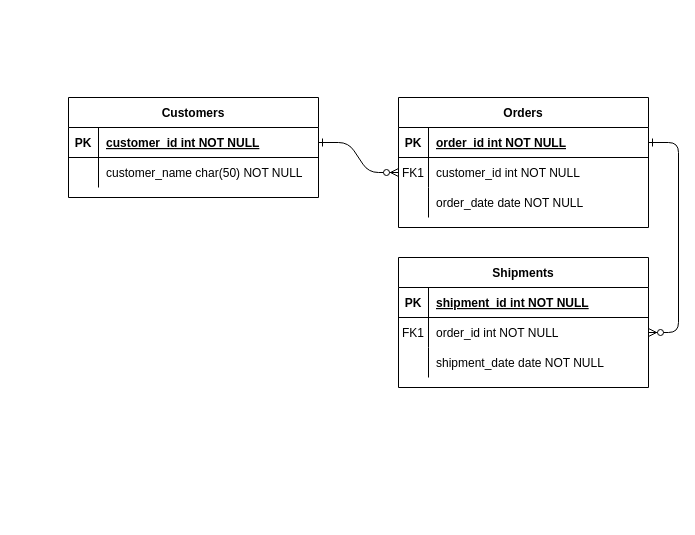
Earlier version of the draw.io diagram Untitled Diagram.drawio (eeknight/flex_assignment). Source tidied: cells renumbered, new cells numbered last; positions are measured from the earlier drawing's top-left corner, leaving out a move shared by most shapes. Both pictures are drawn from the tidied source at 100%, with x=0, y=0 at pixel (68, 97).
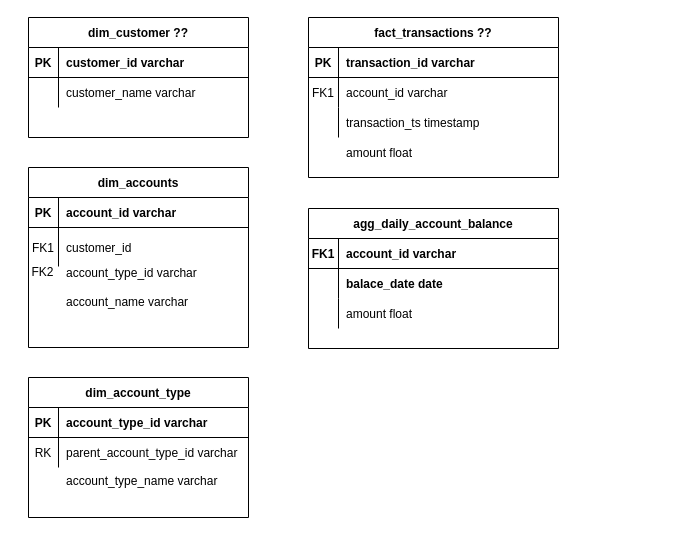
The same diagram, later.

Commit message:
Flex data model

Unchanged cells that the change refers to:
```xml
<mxCell id="5" style="shape=partialRectangle;fillColor=none;points=[[0,0.5],[1,0.5]];portConstraint=eastwest;top=0;left=0;right=0;bottom=1;" parent="4" vertex="1">
  <mxGeometry y="30" width="250" height="30" as="geometry" />
</mxCell>
<mxCell id="8" style="shape=partialRectangle;fillColor=none;points=[[0,0.5],[1,0.5]];portConstraint=eastwest;top=0;left=0;right=0;bottom=0;" parent="4" vertex="1">
  <mxGeometry y="60" width="250" height="30" as="geometry" />
</mxCell>
<mxCell id="11" style="shape=partialRectangle;fillColor=none;top=0;left=0;right=0;bottom=0;" parent="4" vertex="1">
  <mxGeometry y="90" width="250" height="30" as="geometry" />
</mxCell>
```

The edit, as a diff of the source:
```diff
@@
-    <mxCell id="2" style="edgeStyle=entityRelationEdgeStyle;endArrow=ERzeroToMany;startArrow=ERone;endFill=1;startFill=0;" parent="1" edge="1" source="25" target="8">
-      <mxGeometry relative="1" as="geometry" />
-    </mxCell>
-    <mxCell id="3" style="edgeStyle=entityRelationEdgeStyle;endArrow=ERzeroToMany;startArrow=ERone;endFill=1;startFill=0;" parent="1" edge="1" source="5" target="18">
-      <mxGeometry relative="1" as="geometry" />
-    </mxCell>
-    <mxCell id="4" value="Orders" style="shape=table;startSize=30;childLayout=tableLayout;rowLines=0;fontStyle=1;align=center;" parent="1" vertex="1">
-      <mxGeometry x="330" width="250" height="130" as="geometry" />
+    <mxCell id="4" value="fact_transactions ??" style="shape=table;startSize=30;childLayout=tableLayout;rowLines=0;fontStyle=1;align=center;" parent="1" vertex="1">
+      <mxGeometry x="240" y="-80" width="250" height="160" as="geometry" />
     </mxCell>
@@
-    <mxCell id="7" value="order_id int NOT NULL " style="shape=partialRectangle;overflow=hidden;fillColor=none;top=0;left=0;bottom=0;right=0;align=left;spacingLeft=6;fontStyle=5;" parent="5" vertex="1">
+    <mxCell id="7" value="transaction_id varchar" style="shape=partialRectangle;overflow=hidden;fillColor=none;top=0;left=0;bottom=0;right=0;align=left;spacingLeft=6;fontStyle=1;" parent="5" vertex="1">
       <mxGeometry x="30" width="220" height="30" as="geometry" />
     </mxCell>
@@
-    <mxCell id="10" value="customer_id int NOT NULL" style="shape=partialRectangle;overflow=hidden;fillColor=none;top=0;left=0;bottom=0;right=0;align=left;spacingLeft=6;" parent="8" vertex="1">
+    <mxCell id="10" value="account_id varchar" style="shape=partialRectangle;overflow=hidden;fillColor=none;top=0;left=0;bottom=0;right=0;align=left;spacingLeft=6;" parent="8" vertex="1">
       <mxGeometry x="30" width="220" height="30" as="geometry" />
     </mxCell>
@@
-    <mxCell id="13" value="order_date date NOT NULL" style="shape=partialRectangle;overflow=hidden;fillColor=none;top=0;left=0;bottom=0;right=0;align=left;spacingLeft=6;" parent="11" vertex="1">
+    <mxCell id="13" value="transaction_ts timestamp" style="shape=partialRectangle;overflow=hidden;fillColor=none;top=0;left=0;bottom=0;right=0;align=left;spacingLeft=6;" parent="11" vertex="1">
       <mxGeometry x="30" width="220" height="30" as="geometry" />
     </mxCell>
-    <mxCell id="14" value="Shipments" style="shape=table;startSize=30;childLayout=tableLayout;rowLines=0;fontStyle=1;align=center;" parent="1" vertex="1">
-      <mxGeometry x="330" y="160" width="250" height="130" as="geometry" />
+    <mxCell id="14" value="dim_account_type" style="shape=table;startSize=30;childLayout=tableLayout;rowLines=0;fontStyle=1;align=center;" parent="1" vertex="1">
+      <mxGeometry x="-40" y="280" width="220" height="140" as="geometry" />
     </mxCell>
     <mxCell id="15" style="shape=partialRectangle;fillColor=none;top=0;left=0;right=0;bottom=1;" parent="14" vertex="1">
-      <mxGeometry y="30" width="250" height="30" as="geometry" />
+      <mxGeometry y="30" width="220" height="30" as="geometry" />
     </mxCell>
@@
-    <mxCell id="17" value="shipment_id int NOT NULL " style="shape=partialRectangle;overflow=hidden;fillColor=none;top=0;left=0;bottom=0;right=0;align=left;spacingLeft=6;fontStyle=5;" parent="15" vertex="1">
-      <mxGeometry x="30" width="220" height="30" as="geometry" />
+    <mxCell id="17" value="account_type_id varchar" style="shape=partialRectangle;overflow=hidden;fillColor=none;top=0;left=0;bottom=0;right=0;align=left;spacingLeft=6;fontStyle=1;" parent="15" vertex="1">
+      <mxGeometry x="30" width="190" height="30" as="geometry" />
     </mxCell>
-    <mxCell id="18" style="shape=partialRectangle;fillColor=none;points=[[0,0.5],[1,0.5]];portConstraint=eastwest;top=0;left=0;right=0;bottom=0;" parent="14" vertex="1">
-      <mxGeometry y="60" width="250" height="30" as="geometry" />
-    </mxCell>
-    <mxCell id="19" value="FK1" style="shape=partialRectangle;overflow=hidden;fillColor=none;top=0;left=0;bottom=0;right=0;" parent="18" vertex="1">
-      <mxGeometry width="30" height="30" as="geometry" />
-    </mxCell>
-    <mxCell id="20" value="order_id int NOT NULL" style="shape=partialRectangle;overflow=hidden;fillColor=none;top=0;left=0;bottom=0;right=0;align=left;spacingLeft=6;" parent="18" vertex="1">
-      <mxGeometry x="30" width="220" height="30" as="geometry" />
-    </mxCell>
     <mxCell id="21" style="shape=partialRectangle;fillColor=none;top=0;left=0;right=0;bottom=0;" parent="14" vertex="1">
-      <mxGeometry y="90" width="250" height="30" as="geometry" />
+      <mxGeometry y="60" width="220" height="30" as="geometry" />
     </mxCell>
-    <mxCell id="22" style="shape=partialRectangle;overflow=hidden;fillColor=none;top=0;left=0;bottom=0;right=0;" parent="21" vertex="1">
+    <mxCell id="22" value="RK" style="shape=partialRectangle;overflow=hidden;fillColor=none;top=0;left=0;bottom=0;right=0;" parent="21" vertex="1">
       <mxGeometry width="30" height="30" as="geometry" />
     </mxCell>
-    <mxCell id="23" value="shipment_date date NOT NULL" style="shape=partialRectangle;overflow=hidden;fillColor=none;top=0;left=0;bottom=0;right=0;align=left;spacingLeft=6;" parent="21" vertex="1">
-      <mxGeometry x="30" width="220" height="30" as="geometry" />
+    <mxCell id="23" value="parent_account_type_id varchar" style="shape=partialRectangle;overflow=hidden;fillColor=none;top=0;left=0;bottom=0;right=0;align=left;spacingLeft=6;" parent="21" vertex="1">
+      <mxGeometry x="30" width="190" height="30" as="geometry" />
     </mxCell>
-    <mxCell id="24" value="Customers" style="shape=table;startSize=30;childLayout=tableLayout;rowLines=0;fontStyle=1;align=center;" parent="1" vertex="1">
-      <mxGeometry width="250" height="100" as="geometry" />
+    <mxCell id="24" value="dim_accounts" style="shape=table;startSize=30;childLayout=tableLayout;rowLines=0;fontStyle=1;align=center;" parent="1" vertex="1">
+      <mxGeometry x="-40" y="70" width="220" height="180" as="geometry" />
     </mxCell>
     <mxCell id="25" style="shape=partialRectangle;fillColor=none;points=[[0,0.5],[1,0.5]];portConstraint=eastwest;top=0;left=0;right=0;bottom=1;" parent="24" vertex="1">
-      <mxGeometry y="30" width="250" height="30" as="geometry" />
+      <mxGeometry y="30" width="220" height="30" as="geometry" />
     </mxCell>
@@
-    <mxCell id="27" value="customer_id int NOT NULL " style="shape=partialRectangle;overflow=hidden;fillColor=none;top=0;left=0;bottom=0;right=0;align=left;spacingLeft=6;fontStyle=5;" parent="25" vertex="1">
-      <mxGeometry x="30" width="220" height="30" as="geometry" />
+    <mxCell id="27" value="account_id varchar" style="shape=partialRectangle;overflow=hidden;fillColor=none;top=0;left=0;bottom=0;right=0;align=left;spacingLeft=6;fontStyle=1;" parent="25" vertex="1">
+      <mxGeometry x="30" width="190" height="30" as="geometry" />
     </mxCell>
     <mxCell id="28" style="shape=partialRectangle;fillColor=none;top=0;left=0;right=0;bottom=0;" parent="24" vertex="1">
-      <mxGeometry y="60" width="250" height="30" as="geometry" />
+      <mxGeometry y="60" width="220" height="39" as="geometry" />
     </mxCell>
-    <mxCell id="29" style="shape=partialRectangle;overflow=hidden;fillColor=none;top=0;left=0;bottom=0;right=0;" parent="28" vertex="1">
-      <mxGeometry width="30" height="30" as="geometry" />
+    <mxCell id="29" value="FK1" style="shape=partialRectangle;overflow=hidden;fillColor=none;top=0;left=0;bottom=0;right=0;" parent="28" vertex="1">
+      <mxGeometry width="30" height="39" as="geometry" />
     </mxCell>
-    <mxCell id="30" value="customer_name char(50) NOT NULL" style="shape=partialRectangle;overflow=hidden;fillColor=none;top=0;left=0;bottom=0;right=0;align=left;spacingLeft=6;" parent="28" vertex="1">
-      <mxGeometry x="30" width="220" height="30" as="geometry" />
+    <mxCell id="30" value="customer_id" style="shape=partialRectangle;overflow=hidden;fillColor=none;top=0;left=0;bottom=0;right=0;align=left;spacingLeft=6;" parent="28" vertex="1">
+      <mxGeometry x="30" width="190" height="39" as="geometry" />
     </mxCell>
+    <mxCell id="31" value="account_name varchar" style="shape=partialRectangle;overflow=hidden;fillColor=none;top=0;left=0;bottom=0;right=0;align=left;spacingLeft=6;" parent="1" vertex="1">
+      <mxGeometry x="-10" y="189" width="220" height="30" as="geometry" />
+    </mxCell>
+    <mxCell id="32" value="amount float" style="shape=partialRectangle;overflow=hidden;fillColor=none;top=0;left=0;bottom=0;right=0;align=left;spacingLeft=6;" parent="1" vertex="1">
+      <mxGeometry x="270" y="40" width="220" height="30" as="geometry" />
+    </mxCell>
+    <mxCell id="33" value="dim_customer ??" style="shape=table;startSize=30;childLayout=tableLayout;rowLines=0;fontStyle=1;align=center;" parent="1" vertex="1">
+      <mxGeometry x="-40" y="-80" width="220" height="120" as="geometry" />
+    </mxCell>
+    <mxCell id="34" style="shape=partialRectangle;fillColor=none;top=0;left=0;right=0;bottom=1;" parent="33" vertex="1">
+      <mxGeometry y="30" width="220" height="30" as="geometry" />
+    </mxCell>
+    <mxCell id="35" value="PK" style="shape=partialRectangle;overflow=hidden;fillColor=none;top=0;left=0;bottom=0;right=0;fontStyle=1;" parent="34" vertex="1">
+      <mxGeometry width="30" height="30" as="geometry" />
+    </mxCell>
+    <mxCell id="36" value="customer_id varchar" style="shape=partialRectangle;overflow=hidden;fillColor=none;top=0;left=0;bottom=0;right=0;align=left;spacingLeft=6;fontStyle=1;" parent="34" vertex="1">
+      <mxGeometry x="30" width="190" height="30" as="geometry" />
+    </mxCell>
+    <mxCell id="37" style="shape=partialRectangle;fillColor=none;top=0;left=0;right=0;bottom=0;" parent="33" vertex="1">
+      <mxGeometry y="60" width="220" height="30" as="geometry" />
+    </mxCell>
+    <mxCell id="38" style="shape=partialRectangle;overflow=hidden;fillColor=none;top=0;left=0;bottom=0;right=0;" parent="37" vertex="1">
+      <mxGeometry width="30" height="30" as="geometry" />
+    </mxCell>
+    <mxCell id="39" value="customer_name varchar" style="shape=partialRectangle;overflow=hidden;fillColor=none;top=0;left=0;bottom=0;right=0;align=left;spacingLeft=6;" parent="37" vertex="1">
+      <mxGeometry x="30" width="190" height="30" as="geometry" />
+    </mxCell>
+    <mxCell id="40" value="account_type_id varchar" style="shape=partialRectangle;overflow=hidden;fillColor=none;top=0;left=0;bottom=0;right=0;align=left;spacingLeft=6;" parent="1" vertex="1">
+      <mxGeometry x="-10" y="160" width="220" height="30" as="geometry" />
+    </mxCell>
+    <mxCell id="41" value="FK2" style="text;html=1;align=center;verticalAlign=middle;strokeColor=none;fillColor=none;" parent="1" vertex="1">
+      <mxGeometry x="-51" y="160" width="50" height="30" as="geometry" />
+    </mxCell>
+    <mxCell id="42" value="agg_daily_account_balance" style="shape=table;startSize=30;childLayout=tableLayout;rowLines=0;fontStyle=1;align=center;" parent="1" vertex="1">
+      <mxGeometry x="240" y="111" width="250" height="140" as="geometry" />
+    </mxCell>
+    <mxCell id="43" style="shape=partialRectangle;fillColor=none;top=0;left=0;right=0;bottom=1;" parent="42" vertex="1">
+      <mxGeometry y="30" width="250" height="30" as="geometry" />
+    </mxCell>
+    <mxCell id="19" value="FK1" style="shape=partialRectangle;overflow=hidden;fillColor=none;top=0;left=0;bottom=0;right=0;fontStyle=1;" parent="43" vertex="1">
+      <mxGeometry width="30" height="30" as="geometry" />
+    </mxCell>
+    <mxCell id="44" value="account_id varchar" style="shape=partialRectangle;overflow=hidden;fillColor=none;top=0;left=0;bottom=0;right=0;align=left;spacingLeft=6;fontStyle=1;" parent="43" vertex="1">
+      <mxGeometry x="30" width="220" height="30" as="geometry" />
+    </mxCell>
+    <mxCell id="18" style="shape=partialRectangle;fillColor=none;points=[[0,0.5],[1,0.5]];portConstraint=eastwest;top=0;left=0;right=0;bottom=0;" parent="42" vertex="1">
+      <mxGeometry y="60" width="250" height="30" as="geometry" />
+    </mxCell>
+    <mxCell id="45" style="shape=partialRectangle;overflow=hidden;fillColor=none;top=0;left=0;bottom=0;right=0;fontStyle=1;" parent="18" vertex="1">
+      <mxGeometry width="30" height="30" as="geometry" />
+    </mxCell>
+    <mxCell id="46" value="balace_date date" style="shape=partialRectangle;overflow=hidden;fillColor=none;top=0;left=0;bottom=0;right=0;align=left;spacingLeft=6;fontStyle=1;" parent="18" vertex="1">
+      <mxGeometry x="30" width="220" height="30" as="geometry" />
+    </mxCell>
+    <mxCell id="47" style="shape=partialRectangle;fillColor=none;top=0;left=0;right=0;bottom=0;" parent="42" vertex="1">
+      <mxGeometry y="90" width="250" height="30" as="geometry" />
+    </mxCell>
+    <mxCell id="48" style="shape=partialRectangle;overflow=hidden;fillColor=none;top=0;left=0;bottom=0;right=0;" parent="47" vertex="1">
+      <mxGeometry width="30" height="30" as="geometry" />
+    </mxCell>
+    <mxCell id="49" value="amount float" style="shape=partialRectangle;overflow=hidden;fillColor=none;top=0;left=0;bottom=0;right=0;align=left;spacingLeft=6;" parent="47" vertex="1">
+      <mxGeometry x="30" width="220" height="30" as="geometry" />
+    </mxCell>
+    <mxCell id="50" value="account_type_name varchar" style="shape=partialRectangle;overflow=hidden;fillColor=none;top=0;left=0;bottom=0;right=0;align=left;spacingLeft=6;" parent="1" vertex="1">
+      <mxGeometry x="-10" y="368" width="190" height="30" as="geometry" />
+    </mxCell>
```
